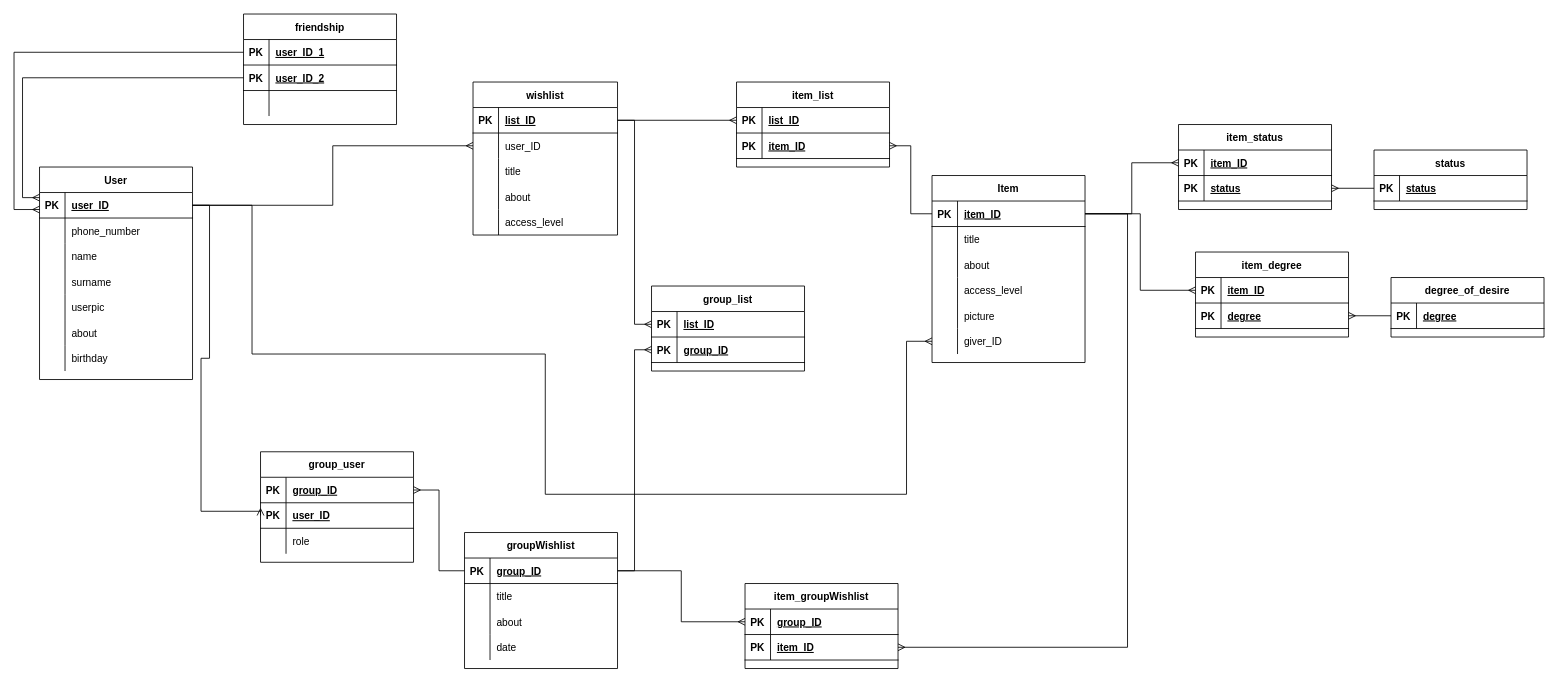
Earlier version of the draw.io diagram ER_wishlist.drawio (johuex/wishlist_rest). Source tidied: cells renumbered, new cells numbered last; positions are measured from the earlier drawing's top-left corner, leaving out a move shared by most shapes. Both pictures are drawn from the tidied source at 85%, with x=0, y=0 at pixel (14, 14).
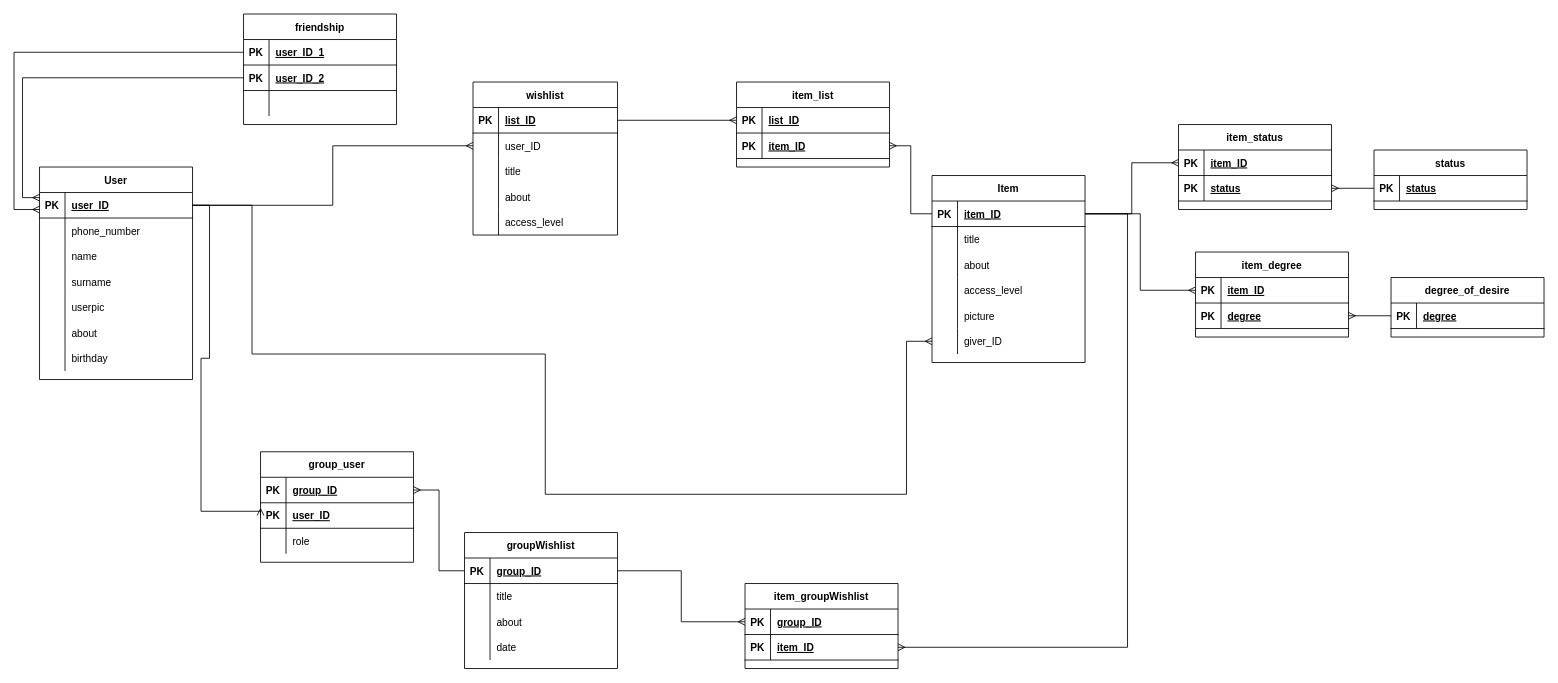
Above is the later version.

The change refers to these unchanged cells:
```xml
<mxCell id="26" style="shape=partialRectangle;fillColor=none;top=0;left=0;bottom=1;right=0;points=[[0,0.5],[1,0.5]];portConstraint=eastwest;" parent="25" vertex="1">
  <mxGeometry y="30" width="180" height="30" as="geometry" />
</mxCell>
<mxCell id="86" style="shape=partialRectangle;fillColor=none;top=0;left=0;bottom=1;right=0;points=[[0,0.5],[1,0.5]];portConstraint=eastwest;" parent="85" vertex="1">
  <mxGeometry y="30" width="170" height="30" as="geometry" />
</mxCell>
```

Diff of the diagram source:
```diff
@@
-    <mxCell id="142" value="group_list" style="shape=table;startSize=30;childLayout=tableLayout;rowLines=0;fontStyle=1;align=center;" parent="1" vertex="1">
-      <mxGeometry x="750" y="320" width="180" height="100" as="geometry" />
-    </mxCell>
-    <mxCell id="143" style="shape=partialRectangle;fillColor=none;top=0;left=0;bottom=1;right=0;points=[[0,0.5],[1,0.5]];portConstraint=eastwest;" parent="142" vertex="1">
-      <mxGeometry y="30" width="180" height="30" as="geometry" />
-    </mxCell>
-    <mxCell id="144" value="PK" style="shape=partialRectangle;fillColor=none;top=0;left=0;bottom=0;right=0;fontStyle=1;overflow=hidden;" parent="143" vertex="1">
-      <mxGeometry width="30" height="30" as="geometry" />
-    </mxCell>
-    <mxCell id="145" value="list_ID" style="shape=partialRectangle;fillColor=none;top=0;left=0;bottom=0;right=0;align=left;spacingLeft=6;fontStyle=5;overflow=hidden;" parent="143" vertex="1">
-      <mxGeometry x="30" width="150" height="30" as="geometry" />
-    </mxCell>
-    <mxCell id="146" style="shape=partialRectangle;fillColor=none;top=0;left=0;bottom=1;right=0;points=[[0,0.5],[1,0.5]];portConstraint=eastwest;" parent="142" vertex="1">
-      <mxGeometry y="60" width="180" height="30" as="geometry" />
-    </mxCell>
-    <mxCell id="147" value="PK" style="shape=partialRectangle;fillColor=none;top=0;left=0;bottom=0;right=0;fontStyle=1;overflow=hidden;" parent="146" vertex="1">
-      <mxGeometry width="30" height="30" as="geometry" />
-    </mxCell>
-    <mxCell id="148" value="group_ID" style="shape=partialRectangle;fillColor=none;top=0;left=0;bottom=0;right=0;align=left;spacingLeft=6;fontStyle=5;overflow=hidden;" parent="146" vertex="1">
-      <mxGeometry x="30" width="150" height="30" as="geometry" />
-    </mxCell>
-    <mxCell id="149" style="edgeStyle=orthogonalEdgeStyle;rounded=0;jettySize=auto;html=1;exitX=1;exitY=0.5;exitDx=0;exitDy=0;entryX=0;entryY=0.5;entryDx=0;entryDy=0;startArrow=none;startFill=0;endArrow=ERmany;endFill=0;" parent="1" edge="1" source="86" target="143">
-      <mxGeometry relative="1" as="geometry" />
-    </mxCell>
-    <mxCell id="150" style="edgeStyle=orthogonalEdgeStyle;rounded=0;jettySize=auto;html=1;exitX=1;exitY=0.5;exitDx=0;exitDy=0;entryX=0;entryY=0.5;entryDx=0;entryDy=0;startArrow=none;startFill=0;endArrow=ERmany;endFill=0;" parent="1" edge="1" source="26" target="146">
-      <mxGeometry relative="1" as="geometry" />
-    </mxCell>
```
